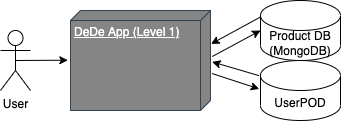
Earlier version of the draw.io export docs/images/buildingBlock_level1.png (Arquisoft/dede_en1a). Source tidied: cells renumbered, new cells last; positions are measured from the earlier drawing's top-left corner, leaving out a move shared by most shapes. Source of this version:
```xml
<mxGraphModel>
  <root>
    <mxCell id="0" />
    <mxCell id="1" parent="0" />
    <mxCell id="2" value="User&lt;br&gt;" style="shape=umlActor;verticalLabelPosition=bottom;verticalAlign=top;html=1;" parent="1" vertex="1">
      <mxGeometry y="30" width="30" height="60" as="geometry" />
    </mxCell>
    <mxCell id="3" value="UserPOD" style="shape=cylinder3;whiteSpace=wrap;html=1;boundedLbl=1;backgroundOutline=1;size=15;" parent="1" vertex="1">
      <mxGeometry x="260" y="60" width="80" height="60" as="geometry" />
    </mxCell>
    <mxCell id="4" value="Product DB&lt;br&gt;(MongoDB)" style="shape=cylinder3;whiteSpace=wrap;html=1;boundedLbl=1;backgroundOutline=1;size=15;" parent="1" vertex="1">
      <mxGeometry x="260" width="80" height="60" as="geometry" />
    </mxCell>
    <mxCell id="5" style="endArrow=classic;html=1;rounded=0;entryX=0.497;entryY=1.019;entryDx=0;entryDy=0;exitX=0.5;exitY=0.5;exitDx=0;exitDy=0;exitPerimeter=0;entryPerimeter=0;" parent="1" edge="1" source="2" target="6">
      <mxGeometry relative="1" as="geometry" />
    </mxCell>
    <mxCell id="6" value="DeDe App (Level 1)" style="verticalAlign=top;align=left;spacingTop=8;spacingLeft=2;spacingRight=12;shape=cube;size=10;direction=south;fontStyle=4;html=1;fillColor=#858585;fontColor=#ffffff;strokeColor=#314354;" parent="1" vertex="1">
      <mxGeometry x="70" y="10" width="140" height="100" as="geometry" />
    </mxCell>
    <mxCell id="7" style="endArrow=classic;html=1;rounded=0;exitX=0.63;exitY=-0.011;exitDx=0;exitDy=0;entryX=-0.016;entryY=0.474;entryDx=0;entryDy=0;entryPerimeter=0;exitPerimeter=0;" parent="1" edge="1" source="6" target="3">
      <mxGeometry relative="1" as="geometry" />
    </mxCell>
    <mxCell id="8" style="endArrow=classic;html=1;rounded=0;entryX=0;entryY=0.5;entryDx=0;entryDy=0;entryPerimeter=0;exitX=0.46;exitY=-0.013;exitDx=0;exitDy=0;exitPerimeter=0;" parent="1" edge="1" source="6" target="4">
      <mxGeometry relative="1" as="geometry" />
    </mxCell>
    <mxCell id="9" style="endArrow=classic;html=1;rounded=0;exitX=-0.017;exitY=0.253;exitDx=0;exitDy=0;exitPerimeter=0;entryX=0.514;entryY=-0.012;entryDx=0;entryDy=0;entryPerimeter=0;" parent="1" edge="1" source="3" target="6">
      <mxGeometry relative="1" as="geometry" />
    </mxCell>
    <mxCell id="10" style="endArrow=classic;html=1;rounded=0;exitX=0;exitY=0.275;exitDx=0;exitDy=0;exitPerimeter=0;entryX=0.334;entryY=-0.004;entryDx=0;entryDy=0;entryPerimeter=0;" parent="1" edge="1" source="4" target="6">
      <mxGeometry relative="1" as="geometry" />
    </mxCell>
  </root>
</mxGraphModel>
```
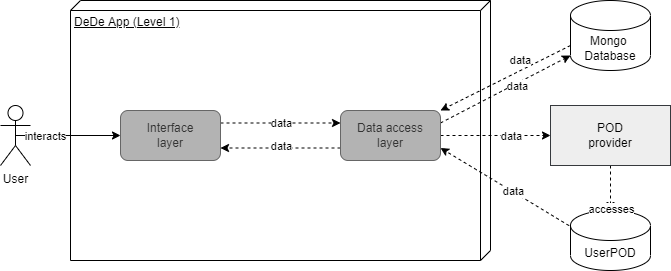
The same file after the commit.

Change to the diagram source:
```diff
@@ -3,31 +3,85 @@
     <mxCell id="0" />
     <mxCell id="1" parent="0" />
     <mxCell id="2" value="User&lt;br&gt;" style="shape=umlActor;verticalLabelPosition=bottom;verticalAlign=top;html=1;" parent="1" vertex="1">
-      <mxGeometry y="30" width="30" height="60" as="geometry" />
+      <mxGeometry x="-200" y="5" width="30" height="60" as="geometry" />
     </mxCell>
     <mxCell id="3" value="UserPOD" style="shape=cylinder3;whiteSpace=wrap;html=1;boundedLbl=1;backgroundOutline=1;size=15;" parent="1" vertex="1">
-      <mxGeometry x="260" y="60" width="80" height="60" as="geometry" />
+      <mxGeometry x="370" y="110" width="80" height="60" as="geometry" />
     </mxCell>
-    <mxCell id="4" value="Product DB&lt;br&gt;(MongoDB)" style="shape=cylinder3;whiteSpace=wrap;html=1;boundedLbl=1;backgroundOutline=1;size=15;" parent="1" vertex="1">
-      <mxGeometry x="260" width="80" height="60" as="geometry" />
+    <mxCell id="4" value="Mongo &lt;br&gt;Database" style="shape=cylinder3;whiteSpace=wrap;html=1;boundedLbl=1;backgroundOutline=1;size=15;" parent="1" vertex="1">
+      <mxGeometry x="370" y="-100" width="80" height="70" as="geometry" />
     </mxCell>
-    <mxCell id="5" style="endArrow=classic;html=1;rounded=0;entryX=0.497;entryY=1.019;entryDx=0;entryDy=0;exitX=0.5;exitY=0.5;exitDx=0;exitDy=0;exitPerimeter=0;entryPerimeter=0;" parent="1" edge="1" source="2" target="6">
+    <mxCell id="5" style="endArrow=classic;html=1;rounded=0;entryX=0;entryY=0.5;entryDx=0;entryDy=0;exitX=0.5;exitY=0.5;exitDx=0;exitDy=0;exitPerimeter=0;" parent="1" edge="1" source="2" target="18">
       <mxGeometry relative="1" as="geometry" />
     </mxCell>
+    <mxCell id="11" value="interacts" style="edgeLabel;html=1;align=center;verticalAlign=middle;" parent="5" vertex="1">
+      <mxGeometry x="-0.38" y="-1" relative="1" as="geometry">
+        <mxPoint x="-3" y="-1" as="offset" />
+      </mxGeometry>
+    </mxCell>
-    <mxCell id="6" value="DeDe App (Level 1)" style="verticalAlign=top;align=left;spacingTop=8;spacingLeft=2;spacingRight=12;shape=cube;size=10;direction=south;fontStyle=4;html=1;fillColor=#858585;fontColor=#ffffff;strokeColor=#314354;" parent="1" vertex="1">
-      <mxGeometry x="70" y="10" width="140" height="100" as="geometry" />
+    <mxCell id="6" value="DeDe App (Level 1)" style="verticalAlign=top;align=left;spacingTop=8;spacingLeft=2;spacingRight=12;shape=cube;size=10;direction=south;fontStyle=4;html=1;fillColor=none;" parent="1" vertex="1">
+      <mxGeometry x="-130" y="-100" width="420" height="260" as="geometry" />
     </mxCell>
-    <mxCell id="7" style="endArrow=classic;html=1;rounded=0;exitX=0.63;exitY=-0.011;exitDx=0;exitDy=0;entryX=-0.016;entryY=0.474;entryDx=0;entryDy=0;entryPerimeter=0;exitPerimeter=0;" parent="1" edge="1" source="6" target="3">
+    <mxCell id="7" style="endArrow=classic;html=1;rounded=0;exitX=1;exitY=0.5;exitDx=0;exitDy=0;entryX=0;entryY=0.5;entryDx=0;entryDy=0;dashed=1;" parent="1" edge="1" source="21" target="24">
       <mxGeometry relative="1" as="geometry" />
     </mxCell>
+    <mxCell id="12" value="data" style="edgeLabel;html=1;align=center;verticalAlign=middle;" parent="7" vertex="1">
+      <mxGeometry x="0.31" y="-2" relative="1" as="geometry">
+        <mxPoint x="-2" y="-2" as="offset" />
+      </mxGeometry>
+    </mxCell>
-    <mxCell id="8" style="endArrow=classic;html=1;rounded=0;entryX=0;entryY=0.5;entryDx=0;entryDy=0;entryPerimeter=0;exitX=0.46;exitY=-0.013;exitDx=0;exitDy=0;exitPerimeter=0;" parent="1" edge="1" source="6" target="4">
+    <mxCell id="8" style="endArrow=classic;html=1;rounded=0;entryX=0;entryY=1;entryDx=0;entryDy=-15;entryPerimeter=0;exitX=1;exitY=0.25;exitDx=0;exitDy=0;dashed=1;" parent="1" edge="1" source="21" target="4">
       <mxGeometry relative="1" as="geometry" />
     </mxCell>
+    <mxCell id="13" value="data" style="edgeLabel;html=1;align=center;verticalAlign=middle;" parent="8" vertex="1">
+      <mxGeometry x="0.16" y="-3" relative="1" as="geometry" />
+    </mxCell>
-    <mxCell id="9" style="endArrow=classic;html=1;rounded=0;exitX=-0.017;exitY=0.253;exitDx=0;exitDy=0;exitPerimeter=0;entryX=0.514;entryY=-0.012;entryDx=0;entryDy=0;entryPerimeter=0;" parent="1" edge="1" source="3" target="6">
+    <mxCell id="9" style="endArrow=classic;html=1;rounded=0;exitX=-0.017;exitY=0.253;exitDx=0;exitDy=0;exitPerimeter=0;entryX=1;entryY=0.75;entryDx=0;entryDy=0;dashed=1;" parent="1" edge="1" source="3" target="21">
       <mxGeometry relative="1" as="geometry" />
     </mxCell>
+    <mxCell id="14" value="data" style="edgeLabel;html=1;align=center;verticalAlign=middle;" parent="9" vertex="1">
+      <mxGeometry x="-0.12" y="-1" relative="1" as="geometry" />
+    </mxCell>
-    <mxCell id="10" style="endArrow=classic;html=1;rounded=0;exitX=0;exitY=0.275;exitDx=0;exitDy=0;exitPerimeter=0;entryX=0.334;entryY=-0.004;entryDx=0;entryDy=0;entryPerimeter=0;" parent="1" edge="1" source="4" target="6">
+    <mxCell id="10" style="endArrow=classic;html=1;rounded=0;exitX=0;exitY=0;exitDx=0;exitDy=45;exitPerimeter=0;entryX=1;entryY=0;entryDx=0;entryDy=0;dashed=1;" parent="1" edge="1" source="4" target="21">
       <mxGeometry relative="1" as="geometry" />
     </mxCell>
+    <mxCell id="15" value="data" style="edgeLabel;html=1;align=center;verticalAlign=middle;" parent="10" vertex="1">
+      <mxGeometry x="-0.33" y="1" relative="1" as="geometry">
+        <mxPoint x="-7" y="-8" as="offset" />
+      </mxGeometry>
+    </mxCell>
+    <mxCell id="16" style="edgeStyle=orthogonalEdgeStyle;rounded=0;jettySize=auto;html=1;entryX=0;entryY=0.25;entryDx=0;entryDy=0;exitX=1;exitY=0.25;exitDx=0;exitDy=0;dashed=1;" parent="1" edge="1" source="18" target="21">
+      <mxGeometry relative="1" as="geometry" />
+    </mxCell>
+    <mxCell id="17" value="data" style="edgeLabel;html=1;align=center;verticalAlign=middle;" parent="16" vertex="1">
+      <mxGeometry x="-0.29" y="1" relative="1" as="geometry">
+        <mxPoint x="17" y="1" as="offset" />
+      </mxGeometry>
+    </mxCell>
+    <mxCell id="18" value="Interface&lt;br&gt;layer" style="rounded=1;whiteSpace=wrap;html=1;fillColor=#B3B3B3;strokeColor=#666666;fontColor=#333333;" parent="1" vertex="1">
+      <mxGeometry x="-80" y="10" width="100" height="50" as="geometry" />
+    </mxCell>
+    <mxCell id="19" style="edgeStyle=orthogonalEdgeStyle;rounded=0;jettySize=auto;html=1;exitX=0;exitY=0.75;exitDx=0;exitDy=0;entryX=1;entryY=0.75;entryDx=0;entryDy=0;dashed=1;" parent="1" edge="1" source="21" target="18">
+      <mxGeometry relative="1" as="geometry" />
+    </mxCell>
+    <mxCell id="20" value="data" style="edgeLabel;html=1;align=center;verticalAlign=middle;" parent="19" vertex="1">
+      <mxGeometry x="0.29" y="-2" relative="1" as="geometry">
+        <mxPoint x="17" as="offset" />
+      </mxGeometry>
+    </mxCell>
+    <mxCell id="21" value="Data access&lt;br&gt;layer" style="rounded=1;whiteSpace=wrap;html=1;fillColor=#B3B3B3;strokeColor=#666666;fontColor=#333333;" parent="1" vertex="1">
+      <mxGeometry x="140" y="10" width="100" height="50" as="geometry" />
+    </mxCell>
+    <mxCell id="22" style="edgeStyle=orthogonalEdgeStyle;rounded=0;jettySize=auto;html=1;entryX=0.5;entryY=0;entryDx=0;entryDy=0;entryPerimeter=0;dashed=1;" parent="1" edge="1" source="24" target="3">
+      <mxGeometry relative="1" as="geometry" />
+    </mxCell>
+    <mxCell id="23" value="accesses" style="edgeLabel;html=1;align=center;verticalAlign=middle;" parent="22" vertex="1">
+      <mxGeometry x="-0.27" y="2" relative="1" as="geometry">
+        <mxPoint x="-2" y="27" as="offset" />
+      </mxGeometry>
+    </mxCell>
+    <mxCell id="24" value="POD&lt;br&gt;provider" style="rounded=0;whiteSpace=wrap;html=1;fillColor=#eeeeee;strokeColor=#36393d;" parent="1" vertex="1">
+      <mxGeometry x="350" y="5" width="120" height="60" as="geometry" />
+    </mxCell>
   </root>
 </mxGraphModel>
```
